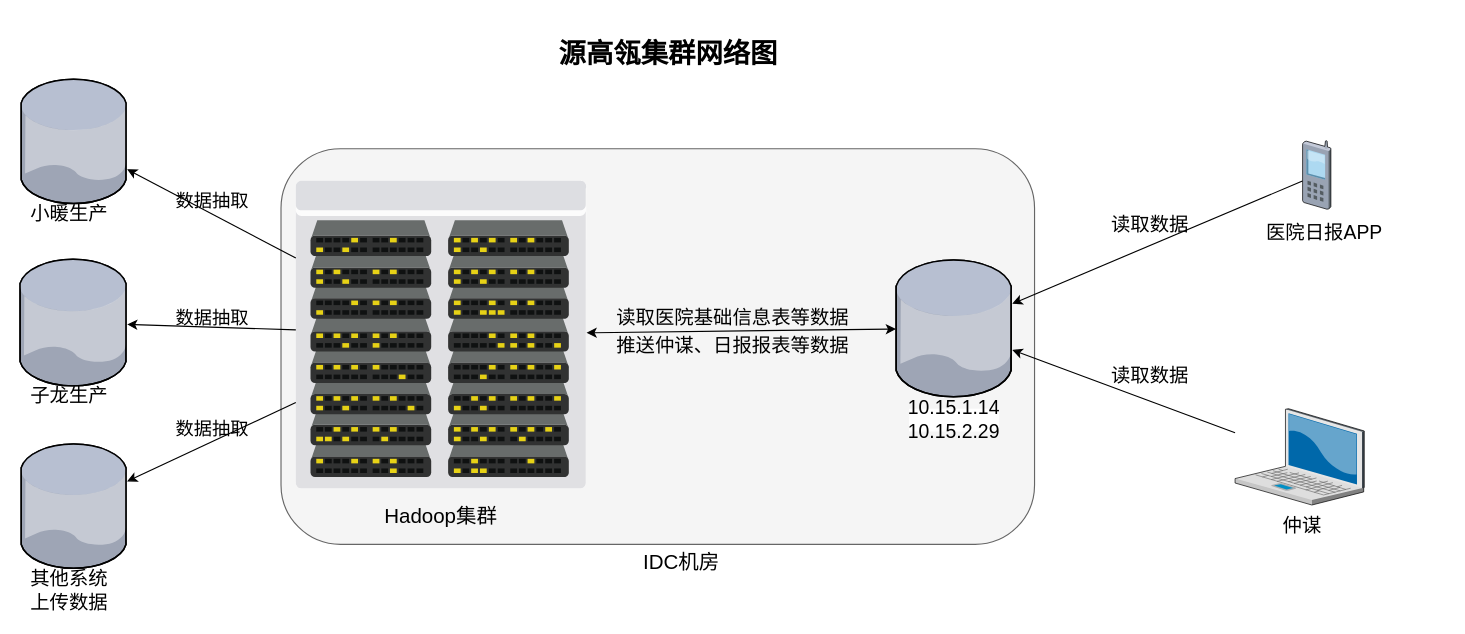
Before: pet_data_warehouse/原高瓴集群数据流转图.drawio in fangzheng0518/draw, a draw.io diagram. Source tidied: cells renumbered, new cells numbered last; positions are measured from the earlier drawing's top-left corner, leaving out a move shared by most shapes. Both pictures are drawn from the tidied source at 114%, with x=0, y=0 at pixel (19, 31).
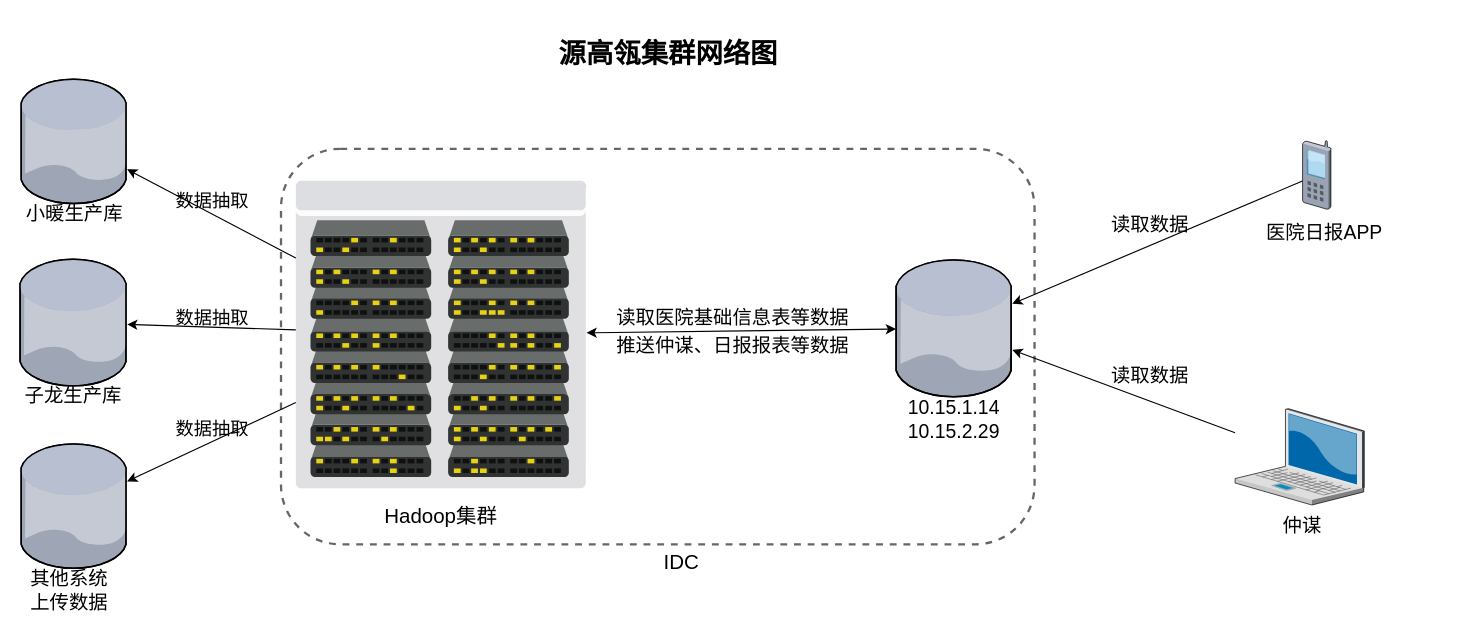
The same page after the edit.

Commit message:
更新原高瓴集群数据流转图.drawio

What changed in the source:
```diff
@@
-    <mxCell id="2" style="rounded=1;whiteSpace=wrap;html=1;fillColor=#f5f5f5;strokeColor=#666666;fontColor=#333333;" parent="1" vertex="1">
+    <mxCell id="2" style="rounded=1;whiteSpace=wrap;html=1;fillColor=#FFFFFF;strokeColor=#666666;fontColor=#333333;dashed=1;gradientColor=#ffffff;strokeWidth=2;" parent="1" vertex="1">
       <mxGeometry x="229" y="103" width="661" height="347" as="geometry" />
     </mxCell>
@@
-    <mxCell id="7" value="&lt;font style=&quot;font-size: 17px&quot;&gt;小暖生产&lt;/font&gt;" style="text;html=1;strokeColor=none;fillColor=none;align=center;verticalAlign=middle;whiteSpace=wrap;rounded=0;" parent="1" vertex="1">
-      <mxGeometry x="3.5" y="151" width="79" height="20" as="geometry" />
+    <mxCell id="7" value="&lt;font style=&quot;font-size: 17px&quot;&gt;小暖生产库&lt;/font&gt;" style="text;html=1;strokeColor=none;fillColor=none;align=center;verticalAlign=middle;whiteSpace=wrap;rounded=0;" parent="1" vertex="1">
+      <mxGeometry x="1" y="151" width="94" height="20" as="geometry" />
     </mxCell>
-    <mxCell id="8" value="&lt;font style=&quot;font-size: 17px&quot;&gt;子龙生产&lt;/font&gt;" style="text;html=1;strokeColor=none;fillColor=none;align=center;verticalAlign=middle;whiteSpace=wrap;rounded=0;" parent="1" vertex="1">
-      <mxGeometry x="3.5" y="311" width="79" height="20" as="geometry" />
+    <mxCell id="8" value="&lt;font style=&quot;font-size: 17px&quot;&gt;子龙生产库&lt;/font&gt;" style="text;html=1;strokeColor=none;fillColor=none;align=center;verticalAlign=middle;whiteSpace=wrap;rounded=0;" parent="1" vertex="1">
+      <mxGeometry x="1" y="311" width="92" height="20" as="geometry" />
     </mxCell>
@@
-    <mxCell id="33" value="&lt;font style=&quot;font-size: 18px&quot;&gt;IDC机房&lt;/font&gt;" style="text;html=1;strokeColor=none;fillColor=none;align=center;verticalAlign=middle;whiteSpace=wrap;rounded=0;" parent="1" vertex="1">
+    <mxCell id="33" value="&lt;font style=&quot;font-size: 18px&quot;&gt;IDC&lt;/font&gt;" style="text;html=1;strokeColor=none;fillColor=none;align=center;verticalAlign=middle;whiteSpace=wrap;rounded=0;" parent="1" vertex="1">
       <mxGeometry x="519" y="456" width="123" height="20" as="geometry" />
     </mxCell>
```
